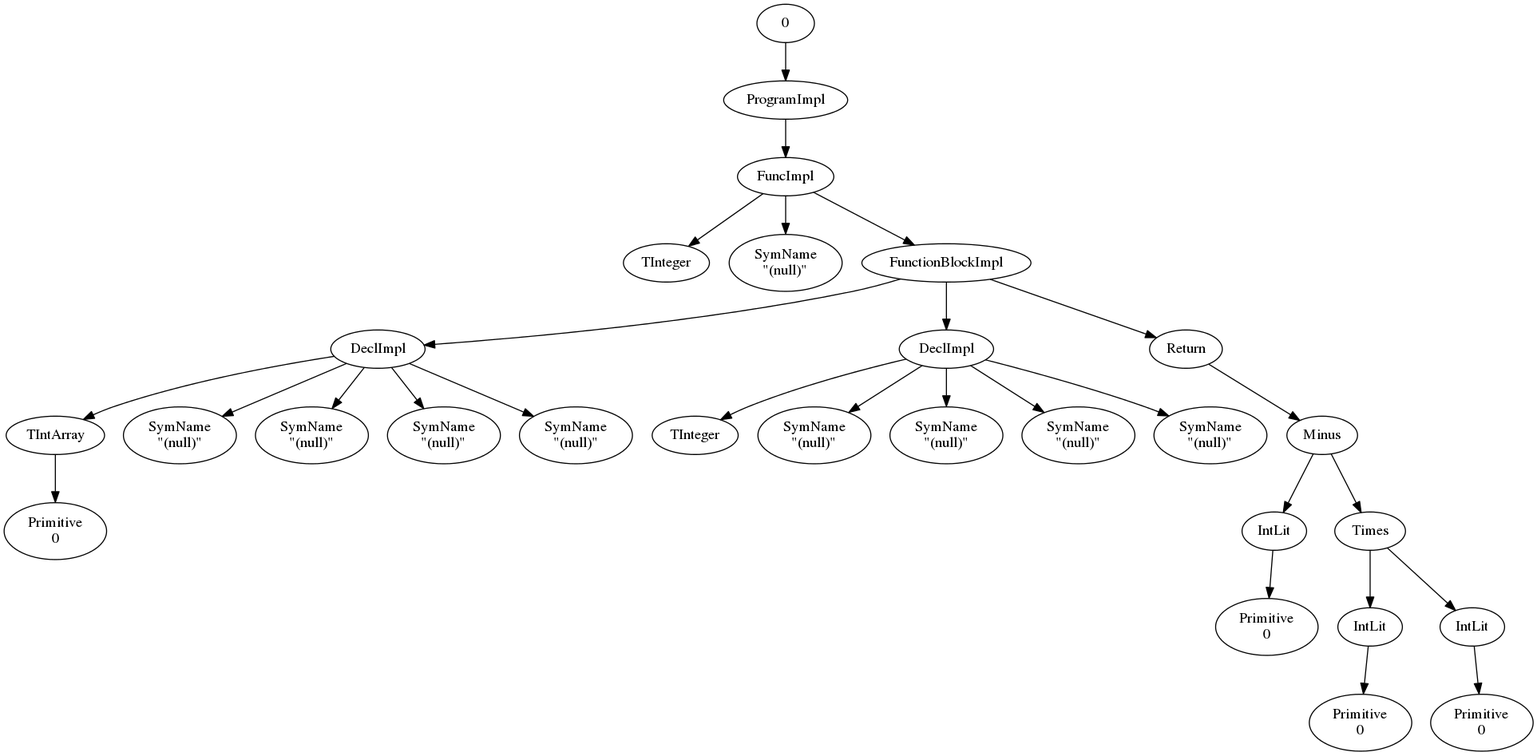
drewtaylors/cs160 keeps this Graphviz diagram as ast/testProgram.png. Above is the earlier version. Its source is kept beside it as ast/testProgram.dot.
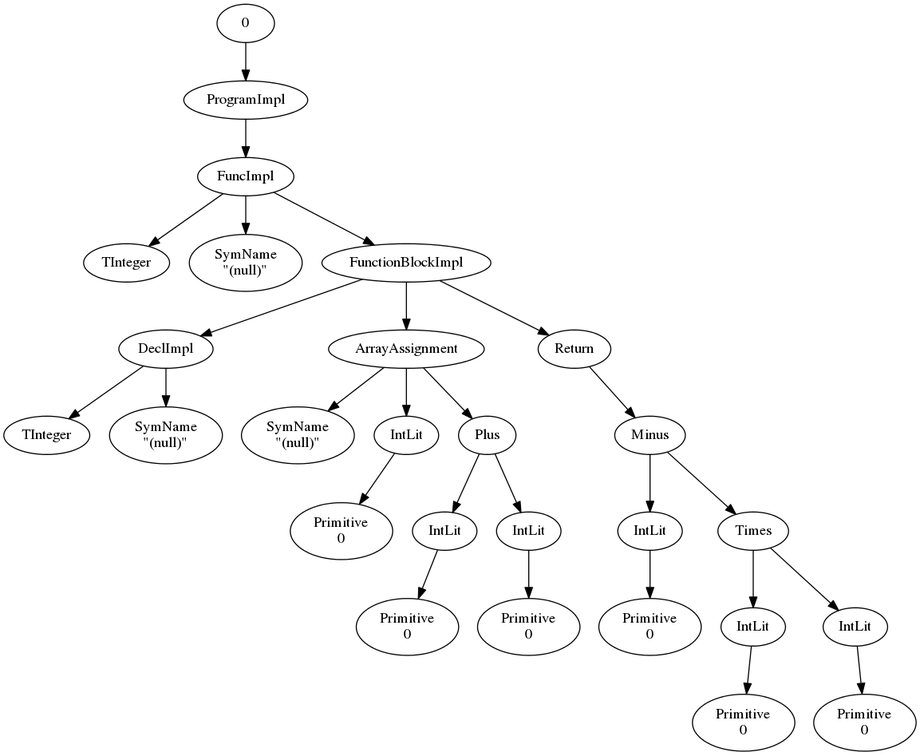
After the change.

What changed in the source:
```diff
@@ -12,45 +12,43 @@
 "5" -> "6"
 "6" [label="DeclImpl"]
 "6" -> "7"
-"7" [label="TIntArray"]
-"7" -> "8"
-"8" [label="Primitive\n0"]
-"6" -> "9"
-"9" [label="SymName\n\"(null)\""]
-"6" -> "10"
+"7" [label="TInteger"]
+"6" -> "8"
+"8" [label="SymName\n\"(null)\""]
+"5" -> "9"
+"9" [label="ArrayAssignment"]
+"9" -> "10"
 "10" [label="SymName\n\"(null)\""]
-"6" -> "11"
-"11" [label="SymName\n\"(null)\""]
-"6" -> "12"
-"12" [label="SymName\n\"(null)\""]
-"5" -> "13"
-"13" [label="DeclImpl"]
+"9" -> "11"
+"11" [label="IntLit"]
+"11" -> "12"
+"12" [label="Primitive\n0"]
+"9" -> "13"
+"13" [label="Plus"]
 "13" -> "14"
-"14" [label="TInteger"]
-"13" -> "15"
-"15" [label="SymName\n\"(null)\""]
+"14" [label="IntLit"]
+"14" -> "15"
+"15" [label="Primitive\n0"]
 "13" -> "16"
-"16" [label="SymName\n\"(null)\""]
-"13" -> "17"
-"17" [label="SymName\n\"(null)\""]
-"13" -> "18"
-"18" [label="SymName\n\"(null)\""]
-"5" -> "19"
-"19" [label="Return"]
+"16" [label="IntLit"]
+"16" -> "17"
+"17" [label="Primitive\n0"]
+"5" -> "18"
+"18" [label="Return"]
+"18" -> "19"
+"19" [label="Minus"]
 "19" -> "20"
-"20" [label="Minus"]
+"20" [label="IntLit"]
 "20" -> "21"
-"21" [label="IntLit"]
-"21" -> "22"
-"22" [label="Primitive\n0"]
-"20" -> "23"
-"23" [label="Times"]
+"21" [label="Primitive\n0"]
+"19" -> "22"
+"22" [label="Times"]
+"22" -> "23"
+"23" [label="IntLit"]
 "23" -> "24"
-"24" [label="IntLit"]
-"24" -> "25"
-"25" [label="Primitive\n0"]
-"23" -> "26"
-"26" [label="IntLit"]
-"26" -> "27"
-"27" [label="Primitive\n0"]
+"24" [label="Primitive\n0"]
+"22" -> "25"
+"25" [label="IntLit"]
+"25" -> "26"
+"26" [label="Primitive\n0"]
 };
```
